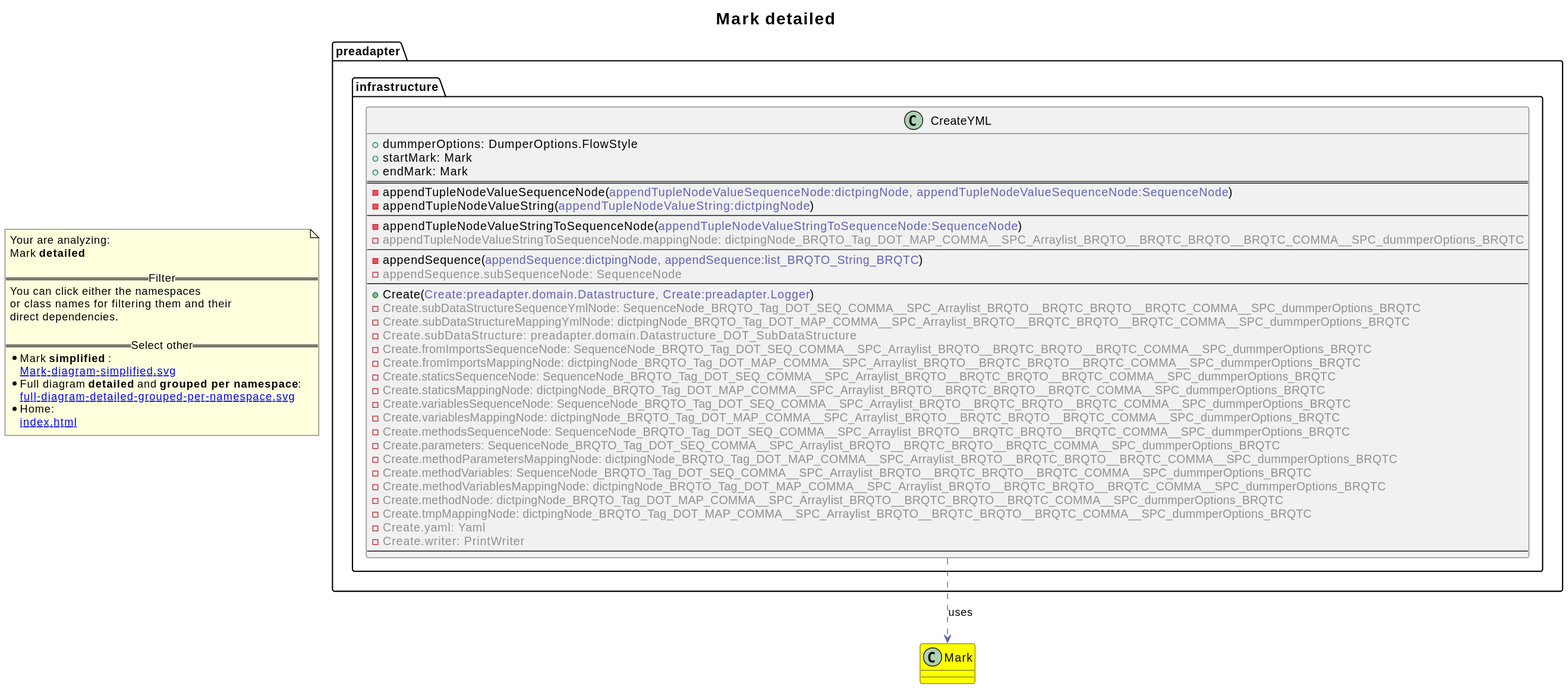
Before: revenger-java-adapter.out/Mark-diagram-detailed.svg, a diagram exported from PlantUML (2BlackCoffees/revenger). Source of this version:
```plantuml
@startuml
title <size:20>Mark **detailed** </size>
note "Your are analyzing:\nMark **detailed** \n\n==Filter==\nYou can click either the namespaces \nor class names for filtering them and their\ndirect dependencies.\n\n==Select other==\n* Mark **simplified** :\n   [[Mark-diagram-simplified.svg]]\n* Full diagram **detailed** and **grouped per namespace**:\n   [[full-diagram-detailed-grouped-per-namespace.svg]]\n* Home:\n   [[index.html]]" as FloatingNote
class Mark [[Mark-diagram-detailed.svg]] #yellow {
}
  class preadapter.infrastructure.CreateYML [[preadapter.infrastructure.CreateYML-diagram-detailed.svg]]  {
    + dummperOptions: DumperOptions.FlowStyle
    + startMark: Mark
    + endMark: Mark
==
    - appendTupleNodeValueSequenceNode(<font color="6060BB">appendTupleNodeValueSequenceNode:dictpingNode, appendTupleNodeValueSequenceNode:SequenceNode</font>)
    - appendTupleNodeValueString(<font color="6060BB">appendTupleNodeValueString:dictpingNode</font>)
--
    - appendTupleNodeValueStringToSequenceNode(<font color="6060BB">appendTupleNodeValueStringToSequenceNode:SequenceNode</font>)
    - <font color="909090">appendTupleNodeValueStringToSequenceNode.mappingNode: dictpingNode_BRQTO_Tag_DOT_MAP_COMMA__SPC_Arraylist_BRQTO__BRQTC_BRQTO__BRQTC_COMMA__SPC_dummperOptions_BRQTC</font>
--
    - appendSequence(<font color="6060BB">appendSequence:dictpingNode, appendSequence:list_BRQTO_String_BRQTC</font>)
    - <font color="909090">appendSequence.subSequenceNode: SequenceNode</font>
--
    + Create(<font color="6060BB">Create:preadapter.domain.Datastructure, Create:preadapter.Logger</font>)
    - <font color="909090">Create.subDataStructureSequenceYmlNode: SequenceNode_BRQTO_Tag_DOT_SEQ_COMMA__SPC_Arraylist_BRQTO__BRQTC_BRQTO__BRQTC_COMMA__SPC_dummperOptions_BRQTC</font>
    - <font color="909090">Create.subDataStructureMappingYmlNode: dictpingNode_BRQTO_Tag_DOT_MAP_COMMA__SPC_Arraylist_BRQTO__BRQTC_BRQTO__BRQTC_COMMA__SPC_dummperOptions_BRQTC</font>
    - <font color="909090">Create.subDataStructure: preadapter.domain.Datastructure_DOT_SubDataStructure</font>
    - <font color="909090">Create.fromImportsSequenceNode: SequenceNode_BRQTO_Tag_DOT_SEQ_COMMA__SPC_Arraylist_BRQTO__BRQTC_BRQTO__BRQTC_COMMA__SPC_dummperOptions_BRQTC</font>
    - <font color="909090">Create.fromImportsMappingNode: dictpingNode_BRQTO_Tag_DOT_MAP_COMMA__SPC_Arraylist_BRQTO__BRQTC_BRQTO__BRQTC_COMMA__SPC_dummperOptions_BRQTC</font>
    - <font color="909090">Create.staticsSequenceNode: SequenceNode_BRQTO_Tag_DOT_SEQ_COMMA__SPC_Arraylist_BRQTO__BRQTC_BRQTO__BRQTC_COMMA__SPC_dummperOptions_BRQTC</font>
    - <font color="909090">Create.staticsMappingNode: dictpingNode_BRQTO_Tag_DOT_MAP_COMMA__SPC_Arraylist_BRQTO__BRQTC_BRQTO__BRQTC_COMMA__SPC_dummperOptions_BRQTC</font>
    - <font color="909090">Create.variablesSequenceNode: SequenceNode_BRQTO_Tag_DOT_SEQ_COMMA__SPC_Arraylist_BRQTO__BRQTC_BRQTO__BRQTC_COMMA__SPC_dummperOptions_BRQTC</font>
    - <font color="909090">Create.variablesMappingNode: dictpingNode_BRQTO_Tag_DOT_MAP_COMMA__SPC_Arraylist_BRQTO__BRQTC_BRQTO__BRQTC_COMMA__SPC_dummperOptions_BRQTC</font>
    - <font color="909090">Create.methodsSequenceNode: SequenceNode_BRQTO_Tag_DOT_SEQ_COMMA__SPC_Arraylist_BRQTO__BRQTC_BRQTO__BRQTC_COMMA__SPC_dummperOptions_BRQTC</font>
    - <font color="909090">Create.parameters: SequenceNode_BRQTO_Tag_DOT_SEQ_COMMA__SPC_Arraylist_BRQTO__BRQTC_BRQTO__BRQTC_COMMA__SPC_dummperOptions_BRQTC</font>
    - <font color="909090">Create.methodParametersMappingNode: dictpingNode_BRQTO_Tag_DOT_MAP_COMMA__SPC_Arraylist_BRQTO__BRQTC_BRQTO__BRQTC_COMMA__SPC_dummperOptions_BRQTC</font>
    - <font color="909090">Create.methodVariables: SequenceNode_BRQTO_Tag_DOT_SEQ_COMMA__SPC_Arraylist_BRQTO__BRQTC_BRQTO__BRQTC_COMMA__SPC_dummperOptions_BRQTC</font>
    - <font color="909090">Create.methodVariablesMappingNode: dictpingNode_BRQTO_Tag_DOT_MAP_COMMA__SPC_Arraylist_BRQTO__BRQTC_BRQTO__BRQTC_COMMA__SPC_dummperOptions_BRQTC</font>
    - <font color="909090">Create.methodNode: dictpingNode_BRQTO_Tag_DOT_MAP_COMMA__SPC_Arraylist_BRQTO__BRQTC_BRQTO__BRQTC_COMMA__SPC_dummperOptions_BRQTC</font>
    - <font color="909090">Create.tmpMappingNode: dictpingNode_BRQTO_Tag_DOT_MAP_COMMA__SPC_Arraylist_BRQTO__BRQTC_BRQTO__BRQTC_COMMA__SPC_dummperOptions_BRQTC</font>
    - <font color="909090">Create.yaml: Yaml</font>
    - <font color="909090">Create.writer: PrintWriter</font>
--
  }
preadapter.infrastructure.CreateYML .[#6060BB].> Mark  : uses
@enduml
```
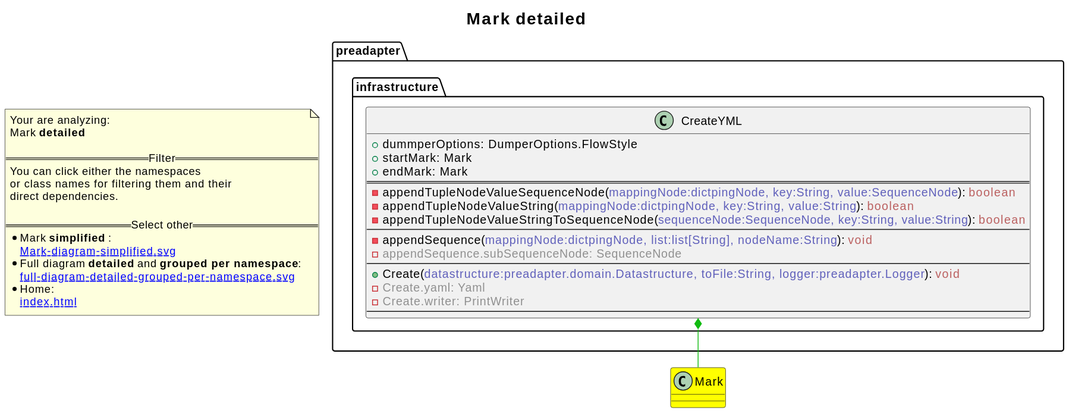
The same file after the commit.

The edit, as a diff of the source:
```diff
@@ -1,4 +1,5 @@
 @startuml
+skinparam linetype ortho
 title <size:20>Mark **detailed** </size>
 note "Your are analyzing:\nMark **detailed** \n\n==Filter==\nYou can click either the namespaces \nor class names for filtering them and their\ndirect dependencies.\n\n==Select other==\n* Mark **simplified** :\n   [[Mark-diagram-simplified.svg]]\n* Full diagram **detailed** and **grouped per namespace**:\n   [[full-diagram-detailed-grouped-per-namespace.svg]]\n* Home:\n   [[index.html]]" as FloatingNote
 class Mark [[Mark-diagram-detailed.svg]] #yellow {
@@ -8,35 +9,17 @@
     + startMark: Mark
     + endMark: Mark
 ==
-    - appendTupleNodeValueSequenceNode(<font color="6060BB">appendTupleNodeValueSequenceNode:dictpingNode, appendTupleNodeValueSequenceNode:SequenceNode</font>)
-    - appendTupleNodeValueString(<font color="6060BB">appendTupleNodeValueString:dictpingNode</font>)
+    - appendTupleNodeValueSequenceNode(<font color="6060BB">mappingNode:dictpingNode, key:String, value:SequenceNode</font>): <font color="BB6060">boolean</font>
+    - appendTupleNodeValueString(<font color="6060BB">mappingNode:dictpingNode, key:String, value:String</font>): <font color="BB6060">boolean</font>
+    - appendTupleNodeValueStringToSequenceNode(<font color="6060BB">sequenceNode:SequenceNode, key:String, value:String</font>): <font color="BB6060">boolean</font>
 --
-    - appendTupleNodeValueStringToSequenceNode(<font color="6060BB">appendTupleNodeValueStringToSequenceNode:SequenceNode</font>)
-    - <font color="909090">appendTupleNodeValueStringToSequenceNode.mappingNode: dictpingNode_BRQTO_Tag_DOT_MAP_COMMA__SPC_Arraylist_BRQTO__BRQTC_BRQTO__BRQTC_COMMA__SPC_dummperOptions_BRQTC</font>
---
-    - appendSequence(<font color="6060BB">appendSequence:dictpingNode, appendSequence:list_BRQTO_String_BRQTC</font>)
+    - appendSequence(<font color="6060BB">mappingNode:dictpingNode, list:list[String], nodeName:String</font>): <font color="BB6060">void</font>
     - <font color="909090">appendSequence.subSequenceNode: SequenceNode</font>
 --
-    + Create(<font color="6060BB">Create:preadapter.domain.Datastructure, Create:preadapter.Logger</font>)
-    - <font color="909090">Create.subDataStructureSequenceYmlNode: SequenceNode_BRQTO_Tag_DOT_SEQ_COMMA__SPC_Arraylist_BRQTO__BRQTC_BRQTO__BRQTC_COMMA__SPC_dummperOptions_BRQTC</font>
-    - <font color="909090">Create.subDataStructureMappingYmlNode: dictpingNode_BRQTO_Tag_DOT_MAP_COMMA__SPC_Arraylist_BRQTO__BRQTC_BRQTO__BRQTC_COMMA__SPC_dummperOptions_BRQTC</font>
-    - <font color="909090">Create.subDataStructure: preadapter.domain.Datastructure_DOT_SubDataStructure</font>
-    - <font color="909090">Create.fromImportsSequenceNode: SequenceNode_BRQTO_Tag_DOT_SEQ_COMMA__SPC_Arraylist_BRQTO__BRQTC_BRQTO__BRQTC_COMMA__SPC_dummperOptions_BRQTC</font>
-    - <font color="909090">Create.fromImportsMappingNode: dictpingNode_BRQTO_Tag_DOT_MAP_COMMA__SPC_Arraylist_BRQTO__BRQTC_BRQTO__BRQTC_COMMA__SPC_dummperOptions_BRQTC</font>
-    - <font color="909090">Create.staticsSequenceNode: SequenceNode_BRQTO_Tag_DOT_SEQ_COMMA__SPC_Arraylist_BRQTO__BRQTC_BRQTO__BRQTC_COMMA__SPC_dummperOptions_BRQTC</font>
-    - <font color="909090">Create.staticsMappingNode: dictpingNode_BRQTO_Tag_DOT_MAP_COMMA__SPC_Arraylist_BRQTO__BRQTC_BRQTO__BRQTC_COMMA__SPC_dummperOptions_BRQTC</font>
-    - <font color="909090">Create.variablesSequenceNode: SequenceNode_BRQTO_Tag_DOT_SEQ_COMMA__SPC_Arraylist_BRQTO__BRQTC_BRQTO__BRQTC_COMMA__SPC_dummperOptions_BRQTC</font>
-    - <font color="909090">Create.variablesMappingNode: dictpingNode_BRQTO_Tag_DOT_MAP_COMMA__SPC_Arraylist_BRQTO__BRQTC_BRQTO__BRQTC_COMMA__SPC_dummperOptions_BRQTC</font>
-    - <font color="909090">Create.methodsSequenceNode: SequenceNode_BRQTO_Tag_DOT_SEQ_COMMA__SPC_Arraylist_BRQTO__BRQTC_BRQTO__BRQTC_COMMA__SPC_dummperOptions_BRQTC</font>
-    - <font color="909090">Create.parameters: SequenceNode_BRQTO_Tag_DOT_SEQ_COMMA__SPC_Arraylist_BRQTO__BRQTC_BRQTO__BRQTC_COMMA__SPC_dummperOptions_BRQTC</font>
-    - <font color="909090">Create.methodParametersMappingNode: dictpingNode_BRQTO_Tag_DOT_MAP_COMMA__SPC_Arraylist_BRQTO__BRQTC_BRQTO__BRQTC_COMMA__SPC_dummperOptions_BRQTC</font>
-    - <font color="909090">Create.methodVariables: SequenceNode_BRQTO_Tag_DOT_SEQ_COMMA__SPC_Arraylist_BRQTO__BRQTC_BRQTO__BRQTC_COMMA__SPC_dummperOptions_BRQTC</font>
-    - <font color="909090">Create.methodVariablesMappingNode: dictpingNode_BRQTO_Tag_DOT_MAP_COMMA__SPC_Arraylist_BRQTO__BRQTC_BRQTO__BRQTC_COMMA__SPC_dummperOptions_BRQTC</font>
-    - <font color="909090">Create.methodNode: dictpingNode_BRQTO_Tag_DOT_MAP_COMMA__SPC_Arraylist_BRQTO__BRQTC_BRQTO__BRQTC_COMMA__SPC_dummperOptions_BRQTC</font>
-    - <font color="909090">Create.tmpMappingNode: dictpingNode_BRQTO_Tag_DOT_MAP_COMMA__SPC_Arraylist_BRQTO__BRQTC_BRQTO__BRQTC_COMMA__SPC_dummperOptions_BRQTC</font>
+    + Create(<font color="6060BB">datastructure:preadapter.domain.Datastructure, toFile:String, logger:preadapter.Logger</font>): <font color="BB6060">void</font>
     - <font color="909090">Create.yaml: Yaml</font>
     - <font color="909090">Create.writer: PrintWriter</font>
 --
   }
-preadapter.infrastructure.CreateYML .[#6060BB].> Mark  : uses
+preadapter.infrastructure.CreateYML *-[#10BB10]- Mark
 @enduml
```
